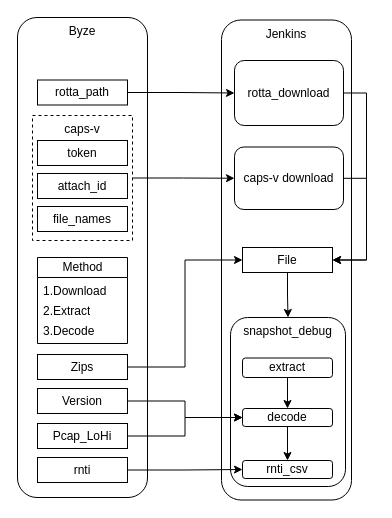
Above: ttitrace_pipeline.drawio in fengchutadie/diagram (draw.io), before the change. Source tidied: cells renumbered, new cells numbered last; positions are measured from the earlier drawing's top-left corner, leaving out a move shared by most shapes. Both pictures are drawn from the tidied source at 100%, with x=0, y=0 at pixel (17, 17).
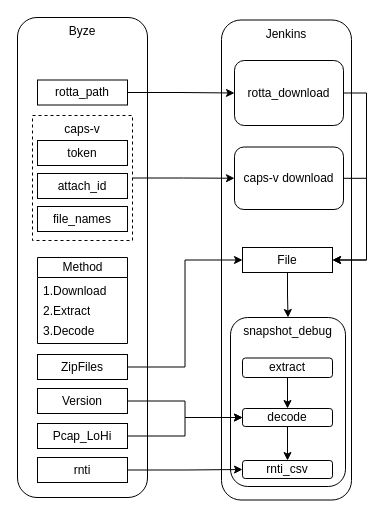
After the change.

Change to the diagram source:
```diff
@@
-    <mxCell id="26" value="Zips" style="rounded=0;whiteSpace=wrap;html=1;" parent="1" vertex="1">
+    <mxCell id="26" value="ZipFiles" style="rounded=0;whiteSpace=wrap;html=1;" parent="1" vertex="1">
       <mxGeometry x="20" y="337" width="90" height="25" as="geometry" />
     </mxCell>
```
